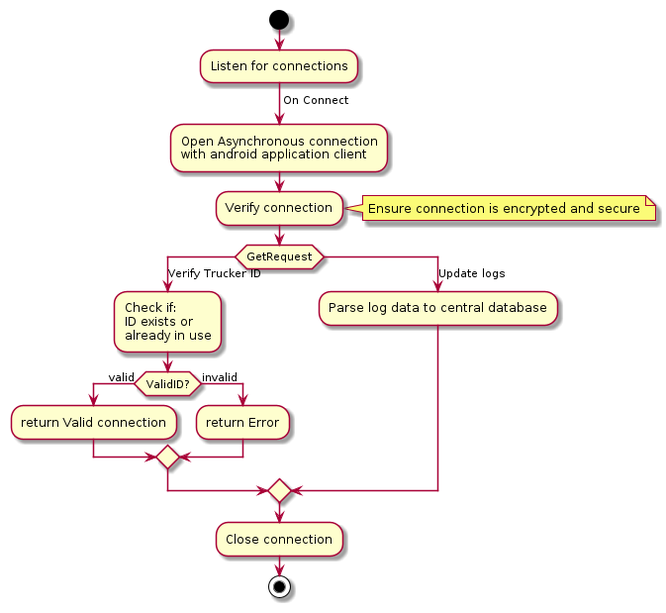
The PlantUML diagram docs/report/diag/IO_activity.png in tevoza/fleet-tracker, before a commit. The source it was exported from:
```plantuml
@startuml

start

:Listen for connections;
->On Connect;
:Open Asynchronous connection\nwith android application client;
:Verify connection;

note right
    Ensure connection is encrypted and secure
end note
switch (GetRequest)
case (Verify Trucker ID)
    :Check if: \nID exists or\nalready in use;
    if (ValidID?) is (valid) then
        :return Valid connection;
    else (invalid)
        :return Error;
    endif
case (Update logs)
    :Parse log data to central database;
endswitch

:Close connection;

stop

@enduml
```
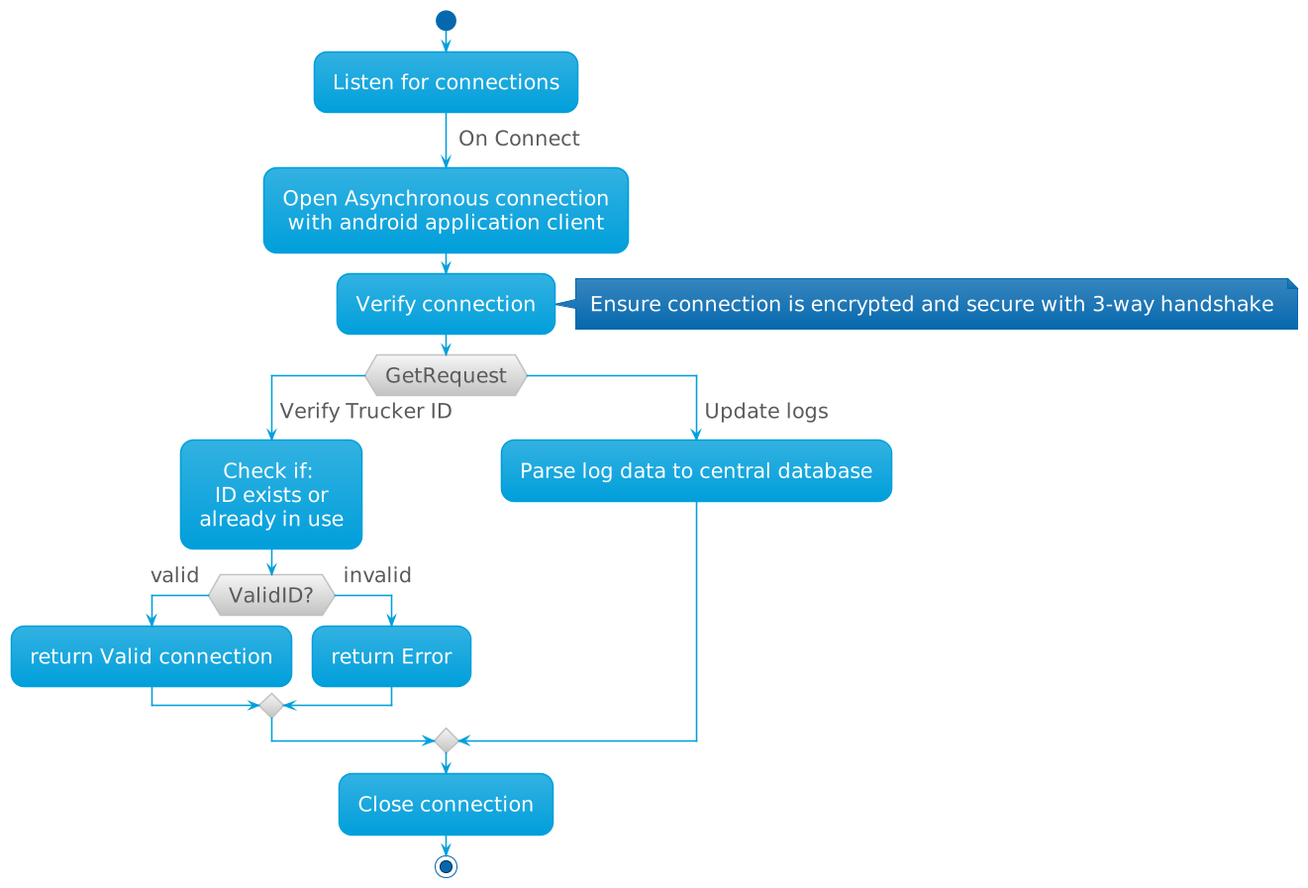
Later version of the same file.

The edit, as a diff of the source:
```diff
@@ -1,4 +1,8 @@
 @startuml
+
+!theme bluegray
+skinparam defaultTextAlignment center
+skinparam defaultFontSize 20
 
 start
 
@@ -8,7 +12,7 @@
 :Verify connection;
 
 note right
-    Ensure connection is encrypted and secure
+    Ensure connection is encrypted and secure with 3-way handshake
 end note
 switch (GetRequest)
 case (Verify Trucker ID)
```
